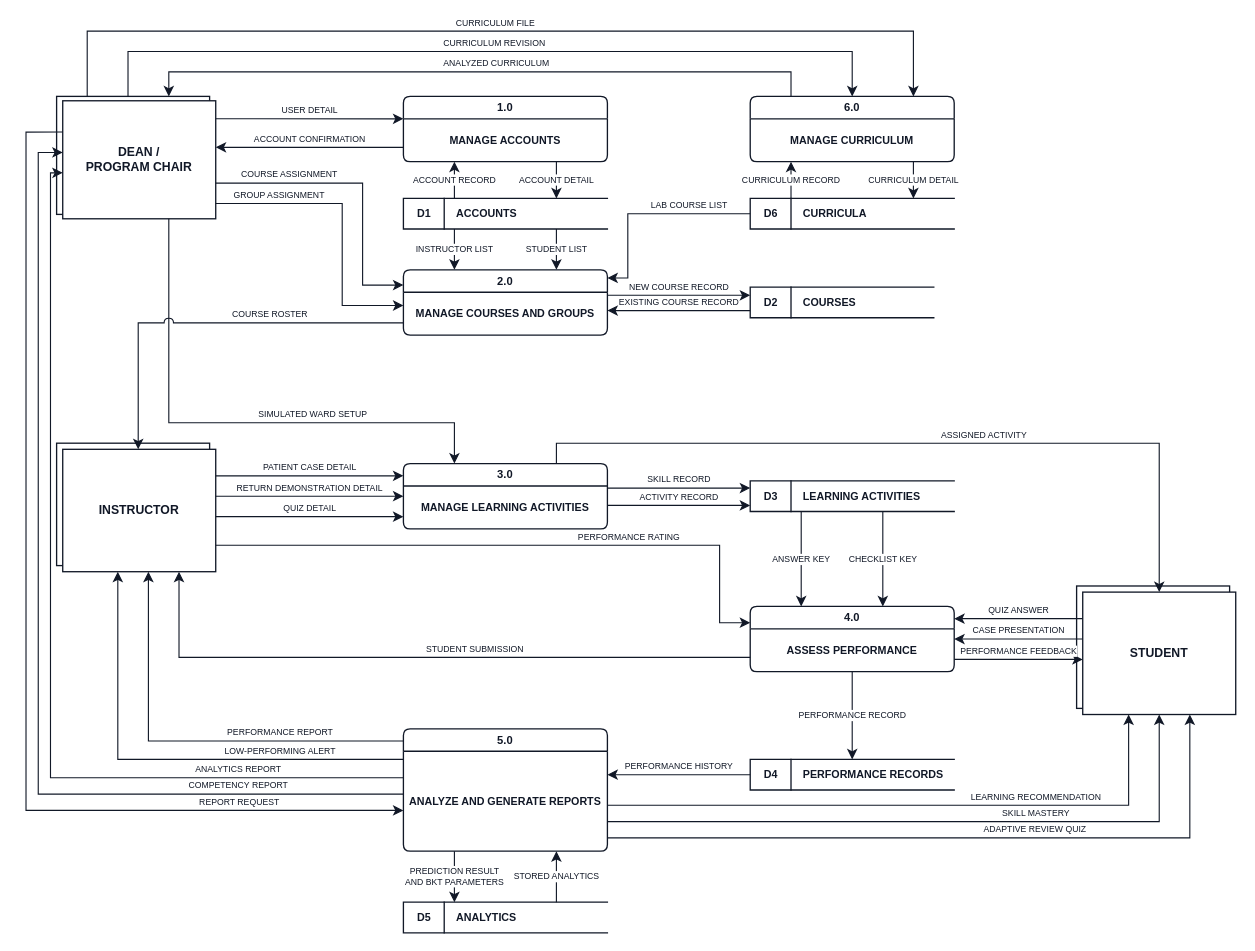
Above: docs/diagrams/data-flow-diagram.drawio in mdk-zero/icare (draw.io), before the change. Source tidied: cells renumbered, new cells numbered last; positions are measured from the earlier drawing's top-left corner, leaving out a move shared by most shapes. Both pictures are drawn from the tidied source at 102%, with x=0, y=0 at pixel (26, 31).
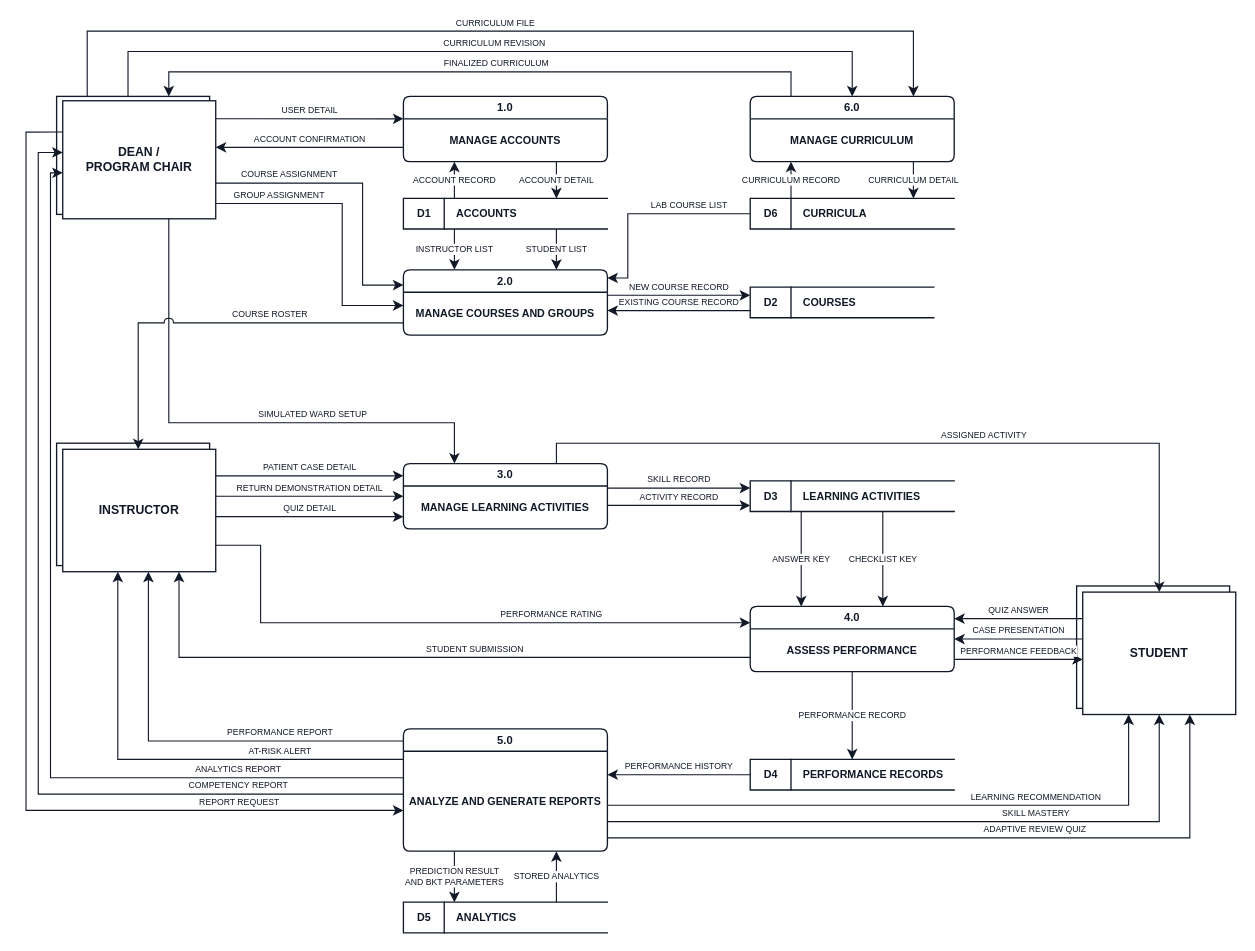
The same diagram, later.

Commit message (it also covers changes not shown here):
diagram revisions

The change refers to these unchanged cells:
```xml
<mxCell id="8" value="4.0" style="swimlane;rounded=1;arcSize=10;startSize=22;html=1;whiteSpace=wrap;fillColor=#ffffff;swimlaneFillColor=#ffffff;strokeColor=#111827;strokeWidth=1.3;fontSize=11;fontStyle=1;fontColor=#111827;fontFamily=Helvetica;" parent="1" vertex="1">
  <mxGeometry x="710" y="564" width="200" height="64" as="geometry" />
</mxCell>
<mxCell id="10" value="5.0" style="swimlane;rounded=1;arcSize=10;startSize=22;html=1;whiteSpace=wrap;fillColor=#ffffff;swimlaneFillColor=#ffffff;strokeColor=#111827;strokeWidth=1.3;fontSize=11;fontStyle=1;fontColor=#111827;fontFamily=Helvetica;" parent="1" vertex="1">
  <mxGeometry x="370" y="684" width="200" height="120" as="geometry" />
</mxCell>
<mxCell id="22" value="6.0" style="swimlane;rounded=1;arcSize=10;startSize=22;html=1;whiteSpace=wrap;fillColor=#ffffff;swimlaneFillColor=#ffffff;strokeColor=#111827;strokeWidth=1.3;fontSize=11;fontStyle=1;fontColor=#111827;fontFamily=Helvetica;" parent="1" vertex="1">
  <mxGeometry x="710" y="64" width="200" height="64" as="geometry" />
</mxCell>
<mxCell id="27" style="rounded=0;html=1;whiteSpace=wrap;fillColor=#ffffff;strokeColor=#111827;strokeWidth=1.3;fontFamily=Helvetica;" parent="26" vertex="1">
  <mxGeometry width="150" height="115.7" as="geometry" />
</mxCell>
<mxCell id="31" value="INSTRUCTOR" style="rounded=0;html=1;whiteSpace=wrap;fillColor=#ffffff;strokeColor=#111827;strokeWidth=1.3;fontFamily=Helvetica;fontSize=12;fontStyle=1;fontColor=#111827;" parent="29" vertex="1">
  <mxGeometry x="6" y="6" width="150" height="120" as="geometry" />
</mxCell>
```

The edit, as a diff of the source:
```diff
@@
     <mxCell id="61" value="PERFORMANCE RATING" style="edgeStyle=orthogonalEdgeStyle;rounded=0;html=1;jumpStyle=arc;jumpSize=9;strokeColor=#111827;strokeWidth=1.1;endArrow=classic;endFill=1;endSize=7;fontSize=8.5;fontColor=#111827;labelBackgroundColor=#ffffff;fontFamily=Helvetica;exitX=1.0;exitY=0.7833;exitDx=0;exitDy=0;entryX=0.0;entryY=0.25;entryDx=0;entryDy=0;" parent="1" edge="1" source="31" target="8">
       <mxGeometry x="0.35" relative="1" as="geometry">
         <Array as="points">
-          <mxPoint x="680" y="504" />
-          <mxPoint x="680" y="580" />
+          <mxPoint x="230" y="504" />
+          <mxPoint x="230" y="580" />
         </Array>
         <mxPoint y="-8" as="offset" />
       </mxGeometry>
     </mxCell>
@@
-    <mxCell id="64" value="LOW-PERFORMING ALERT" style="edgeStyle=orthogonalEdgeStyle;rounded=0;html=1;jumpStyle=arc;jumpSize=9;strokeColor=#111827;strokeWidth=1.1;endArrow=classic;endFill=1;endSize=7;fontSize=8.5;fontColor=#111827;labelBackgroundColor=#ffffff;fontFamily=Helvetica;exitX=0.0;exitY=0.25;exitDx=0;exitDy=0;entryX=0.36;entryY=1.0;entryDx=0;entryDy=0;" parent="1" edge="1" source="10" target="31">
+    <mxCell id="64" value="AT-RISK ALERT" style="edgeStyle=orthogonalEdgeStyle;rounded=0;html=1;jumpStyle=arc;jumpSize=9;strokeColor=#111827;strokeWidth=1.1;endArrow=classic;endFill=1;endSize=7;fontSize=8.5;fontColor=#111827;labelBackgroundColor=#ffffff;fontFamily=Helvetica;exitX=0.0;exitY=0.25;exitDx=0;exitDy=0;entryX=0.36;entryY=1.0;entryDx=0;entryDy=0;" parent="1" edge="1" source="10" target="31">
       <mxGeometry x="-0.48" relative="1" as="geometry">
         <Array as="points">
           <mxPoint x="90" y="714" />
         </Array>
         <mxPoint y="-8" as="offset" />
       </mxGeometry>
     </mxCell>
@@
-    <mxCell id="77" value="ANALYZED CURRICULUM" style="edgeStyle=orthogonalEdgeStyle;rounded=0;html=1;jumpStyle=arc;jumpSize=9;strokeColor=#111827;strokeWidth=1.1;endArrow=classic;endFill=1;endSize=7;fontSize=8.5;fontColor=#111827;labelBackgroundColor=#ffffff;fontFamily=Helvetica;exitX=0.2;exitY=0.0;exitDx=0;exitDy=0;entryX=0.7333;entryY=0.0;entryDx=0;entryDy=0;" parent="1" edge="1" source="22" target="27">
+    <mxCell id="77" value="FINALIZED CURRICULUM" style="edgeStyle=orthogonalEdgeStyle;rounded=0;html=1;jumpStyle=arc;jumpSize=9;strokeColor=#111827;strokeWidth=1.1;endArrow=classic;endFill=1;endSize=7;fontSize=8.5;fontColor=#111827;labelBackgroundColor=#ffffff;fontFamily=Helvetica;exitX=0.2;exitY=0.0;exitDx=0;exitDy=0;entryX=0.7333;entryY=0.0;entryDx=0;entryDy=0;" parent="1" edge="1" source="22" target="27">
       <mxGeometry x="-0.05" relative="1" as="geometry">
         <Array as="points">
           <mxPoint x="750" y="40" />
           <mxPoint x="140" y="40" />
         </Array>
         <mxPoint y="-8" as="offset" />
       </mxGeometry>
     </mxCell>
```
